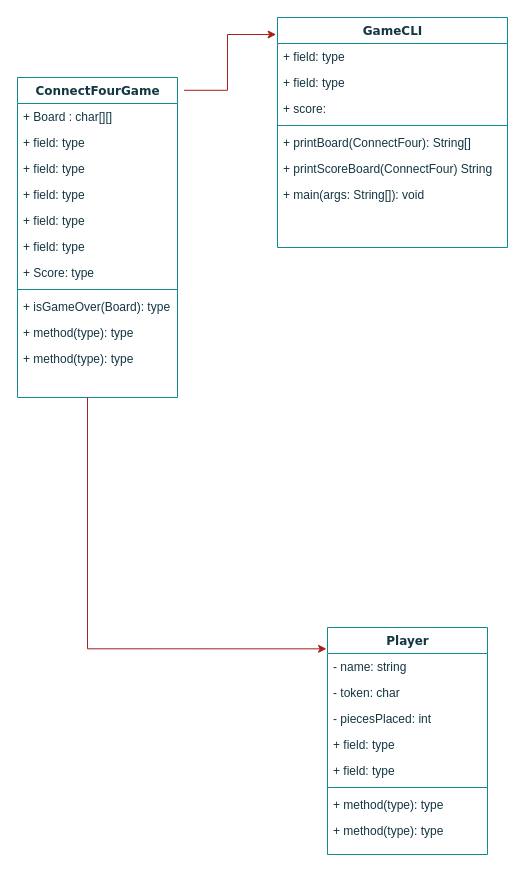
MsRodrigP/webpages keeps this draw.io diagram as connectFourGameUML.drawio. Above is the earlier version. Source tidied: cells renumbered, new cells numbered last; positions are measured from the earlier drawing's top-left corner, leaving out a move shared by most shapes. Both pictures are drawn from the tidied source at 100%, with x=0, y=0 at pixel (17, 17).
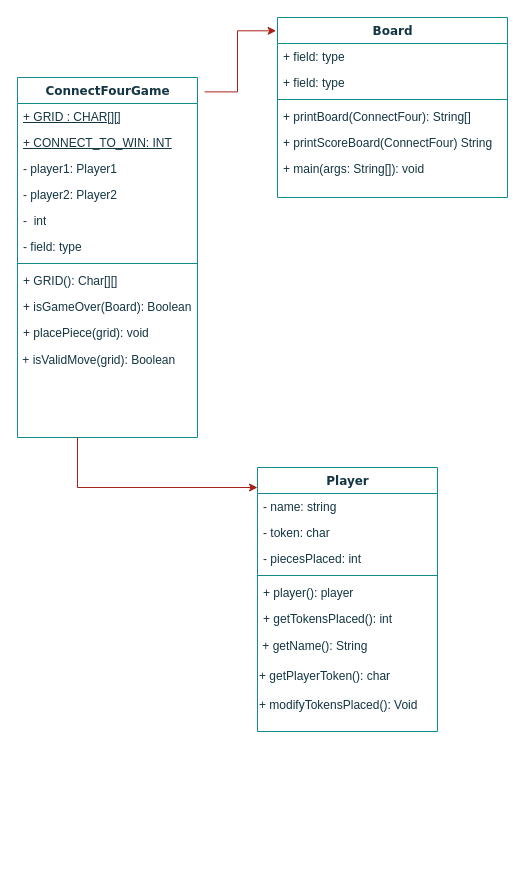
After the change.

What changed in the source:
```diff
@@
     <mxCell id="2" value="Player" style="swimlane;html=1;fontStyle=1;align=center;verticalAlign=top;horizontal=1;startSize=26;swimlaneFillColor=#ffffff;rounded=0;shadow=0;comic=0;labelBackgroundColor=none;strokeWidth=1;fillColor=none;fontFamily=Verdana;fontSize=12;strokeColor=#0F8B8D;fontColor=#143642;" parent="1" vertex="1">
-      <mxGeometry x="310" y="610" width="160" height="227" as="geometry" />
+      <mxGeometry x="240" y="450" width="180" height="264" as="geometry" />
     </mxCell>
     <mxCell id="3" value="- name: string" style="text;html=1;strokeColor=none;fillColor=none;align=left;verticalAlign=top;spacingLeft=4;spacingRight=4;whiteSpace=wrap;overflow=hidden;labelBackgroundColor=none;fontColor=#143642;" parent="2" vertex="1">
-      <mxGeometry y="26" width="160" height="26" as="geometry" />
+      <mxGeometry y="26" width="180" height="26" as="geometry" />
     </mxCell>
     <mxCell id="4" value="- token: char" style="text;html=1;strokeColor=none;fillColor=none;align=left;verticalAlign=top;spacingLeft=4;spacingRight=4;whiteSpace=wrap;overflow=hidden;labelBackgroundColor=none;fontColor=#143642;" parent="2" vertex="1">
-      <mxGeometry y="52" width="160" height="26" as="geometry" />
+      <mxGeometry y="52" width="180" height="26" as="geometry" />
     </mxCell>
     <mxCell id="5" value="- piecesPlaced: int" style="text;html=1;strokeColor=none;fillColor=none;align=left;verticalAlign=top;spacingLeft=4;spacingRight=4;whiteSpace=wrap;overflow=hidden;labelBackgroundColor=none;fontColor=#143642;" parent="2" vertex="1">
-      <mxGeometry y="78" width="160" height="26" as="geometry" />
+      <mxGeometry y="78" width="180" height="26" as="geometry" />
     </mxCell>
-    <mxCell id="6" value="+ field: type" style="text;html=1;strokeColor=none;fillColor=none;align=left;verticalAlign=top;spacingLeft=4;spacingRight=4;whiteSpace=wrap;overflow=hidden;labelBackgroundColor=none;fontColor=#143642;" parent="2" vertex="1">
-      <mxGeometry y="104" width="160" height="26" as="geometry" />
-    </mxCell>
-    <mxCell id="7" value="+ field: type" style="text;html=1;strokeColor=none;fillColor=none;align=left;verticalAlign=top;spacingLeft=4;spacingRight=4;whiteSpace=wrap;overflow=hidden;labelBackgroundColor=none;fontColor=#143642;" parent="2" vertex="1">
-      <mxGeometry y="130" width="160" height="26" as="geometry" />
-    </mxCell>
     <mxCell id="8" style="line;html=1;strokeWidth=1;fillColor=none;align=left;verticalAlign=middle;spacingTop=-1;spacingLeft=3;spacingRight=3;labelPosition=right;labelBackgroundColor=none;strokeColor=#0F8B8D;fontColor=#143642;" parent="2" vertex="1">
-      <mxGeometry y="156" width="160" height="8" as="geometry" />
+      <mxGeometry y="104" width="180" height="8" as="geometry" />
     </mxCell>
-    <mxCell id="9" value="+ method(type): type" style="text;html=1;strokeColor=none;fillColor=none;align=left;verticalAlign=top;spacingLeft=4;spacingRight=4;whiteSpace=wrap;overflow=hidden;labelBackgroundColor=none;fontColor=#143642;" parent="2" vertex="1">
-      <mxGeometry y="164" width="160" height="26" as="geometry" />
+    <mxCell id="9" value="+ player(): player" style="text;html=1;strokeColor=none;fillColor=none;align=left;verticalAlign=top;spacingLeft=4;spacingRight=4;whiteSpace=wrap;overflow=hidden;labelBackgroundColor=none;fontColor=#143642;" parent="2" vertex="1">
+      <mxGeometry y="112" width="180" height="26" as="geometry" />
     </mxCell>
-    <mxCell id="10" value="+ method(type): type" style="text;html=1;strokeColor=none;fillColor=none;align=left;verticalAlign=top;spacingLeft=4;spacingRight=4;whiteSpace=wrap;overflow=hidden;labelBackgroundColor=none;fontColor=#143642;" parent="2" vertex="1">
-      <mxGeometry y="190" width="160" height="26" as="geometry" />
+    <mxCell id="10" value="+ getTokensPlaced(): int" style="text;html=1;strokeColor=none;fillColor=none;align=left;verticalAlign=top;spacingLeft=4;spacingRight=4;whiteSpace=wrap;overflow=hidden;labelBackgroundColor=none;fontColor=#143642;" parent="2" vertex="1">
+      <mxGeometry y="138" width="180" height="26" as="geometry" />
     </mxCell>
+    <mxCell id="33" value="&amp;nbsp;+ getName(): String" style="text;html=1;align=left;verticalAlign=middle;strokeColor=none;fillColor=none;fontColor=#143642;" parent="2" vertex="1">
+      <mxGeometry y="164" width="180" height="30" as="geometry" />
+    </mxCell>
+    <mxCell id="34" value="+ getPlayerToken(): char" style="text;html=1;align=left;verticalAlign=middle;strokeColor=none;fillColor=none;fontColor=#143642;" parent="2" vertex="1">
+      <mxGeometry y="194" width="180" height="30" as="geometry" />
+    </mxCell>
+    <mxCell id="35" value="&lt;span style=&quot;color: rgb(20, 54, 66); font-family: Helvetica; font-size: 12px; font-style: normal; font-variant-ligatures: normal; font-variant-caps: normal; font-weight: 400; letter-spacing: normal; orphans: 2; text-align: left; text-indent: 0px; text-transform: none; widows: 2; word-spacing: 0px; -webkit-text-stroke-width: 0px; background-color: rgb(251, 251, 251); text-decoration-thickness: initial; text-decoration-style: initial; text-decoration-color: initial; float: none; display: inline !important;&quot;&gt;+ modifyTokensPlaced(): Void&lt;/span&gt;" style="text;whiteSpace=wrap;html=1;fontColor=#143642;" parent="2" vertex="1">
+      <mxGeometry y="224" width="180" height="40" as="geometry" />
+    </mxCell>
     <mxCell id="11" value="ConnectFourGame" style="swimlane;html=1;fontStyle=1;align=center;verticalAlign=top;horizontal=1;startSize=26;swimlaneFillColor=#ffffff;rounded=0;shadow=0;comic=0;labelBackgroundColor=none;strokeWidth=1;fillColor=none;fontFamily=Verdana;fontSize=12;strokeColor=#0F8B8D;fontColor=#143642;" parent="1" vertex="1">
-      <mxGeometry y="60" width="160" height="320" as="geometry" />
+      <mxGeometry y="60" width="180" height="360" as="geometry" />
     </mxCell>
-    <mxCell id="12" value="+ Board : char[][]&amp;nbsp;" style="text;html=1;strokeColor=none;fillColor=none;align=left;verticalAlign=top;spacingLeft=4;spacingRight=4;whiteSpace=wrap;overflow=hidden;labelBackgroundColor=none;fontColor=#143642;" parent="11" vertex="1">
-      <mxGeometry y="26" width="160" height="26" as="geometry" />
+    <mxCell id="12" value="&lt;u&gt;+ GRID : CHAR[][]&lt;/u&gt;" style="text;html=1;strokeColor=none;fillColor=none;align=left;verticalAlign=top;spacingLeft=4;spacingRight=4;whiteSpace=wrap;overflow=hidden;labelBackgroundColor=none;fontColor=#143642;" parent="11" vertex="1">
+      <mxGeometry y="26" width="180" height="26" as="geometry" />
     </mxCell>
-    <mxCell id="13" value="+ field: type" style="text;html=1;strokeColor=none;fillColor=none;align=left;verticalAlign=top;spacingLeft=4;spacingRight=4;whiteSpace=wrap;overflow=hidden;labelBackgroundColor=none;fontColor=#143642;" parent="11" vertex="1">
-      <mxGeometry y="52" width="160" height="26" as="geometry" />
+    <mxCell id="13" value="&lt;u&gt;+ CONNECT_TO_WIN:&amp;nbsp;INT&lt;/u&gt;" style="text;html=1;strokeColor=none;fillColor=none;align=left;verticalAlign=top;spacingLeft=4;spacingRight=4;whiteSpace=wrap;overflow=hidden;labelBackgroundColor=none;fontColor=#143642;" parent="11" vertex="1">
+      <mxGeometry y="52" width="180" height="26" as="geometry" />
     </mxCell>
-    <mxCell id="14" value="+ field: type" style="text;html=1;strokeColor=none;fillColor=none;align=left;verticalAlign=top;spacingLeft=4;spacingRight=4;whiteSpace=wrap;overflow=hidden;labelBackgroundColor=none;fontColor=#143642;" parent="11" vertex="1">
-      <mxGeometry y="78" width="160" height="26" as="geometry" />
+    <mxCell id="14" value="- player1: Player1" style="text;html=1;strokeColor=none;fillColor=none;align=left;verticalAlign=top;spacingLeft=4;spacingRight=4;whiteSpace=wrap;overflow=hidden;labelBackgroundColor=none;fontColor=#143642;" parent="11" vertex="1">
+      <mxGeometry y="78" width="180" height="26" as="geometry" />
     </mxCell>
-    <mxCell id="15" value="+ field: type" style="text;html=1;strokeColor=none;fillColor=none;align=left;verticalAlign=top;spacingLeft=4;spacingRight=4;whiteSpace=wrap;overflow=hidden;labelBackgroundColor=none;fontColor=#143642;" parent="11" vertex="1">
-      <mxGeometry y="104" width="160" height="26" as="geometry" />
+    <mxCell id="15" value="- player2: Player2" style="text;html=1;strokeColor=none;fillColor=none;align=left;verticalAlign=top;spacingLeft=4;spacingRight=4;whiteSpace=wrap;overflow=hidden;labelBackgroundColor=none;fontColor=#143642;" parent="11" vertex="1">
+      <mxGeometry y="104" width="180" height="26" as="geometry" />
     </mxCell>
-    <mxCell id="16" value="+ field: type" style="text;html=1;strokeColor=none;fillColor=none;align=left;verticalAlign=top;spacingLeft=4;spacingRight=4;whiteSpace=wrap;overflow=hidden;labelBackgroundColor=none;fontColor=#143642;" parent="11" vertex="1">
-      <mxGeometry y="130" width="160" height="26" as="geometry" />
+    <mxCell id="16" value="-&amp;nbsp; int" style="text;html=1;strokeColor=none;fillColor=none;align=left;verticalAlign=top;spacingLeft=4;spacingRight=4;whiteSpace=wrap;overflow=hidden;labelBackgroundColor=none;fontColor=#143642;" parent="11" vertex="1">
+      <mxGeometry y="130" width="180" height="26" as="geometry" />
     </mxCell>
-    <mxCell id="17" value="+ field: type" style="text;html=1;strokeColor=none;fillColor=none;align=left;verticalAlign=top;spacingLeft=4;spacingRight=4;whiteSpace=wrap;overflow=hidden;labelBackgroundColor=none;fontColor=#143642;" parent="11" vertex="1">
-      <mxGeometry y="156" width="160" height="26" as="geometry" />
+    <mxCell id="17" value="- field: type" style="text;html=1;strokeColor=none;fillColor=none;align=left;verticalAlign=top;spacingLeft=4;spacingRight=4;whiteSpace=wrap;overflow=hidden;labelBackgroundColor=none;fontColor=#143642;" parent="11" vertex="1">
+      <mxGeometry y="156" width="180" height="26" as="geometry" />
     </mxCell>
-    <mxCell id="18" value="+ Score: type" style="text;html=1;strokeColor=none;fillColor=none;align=left;verticalAlign=top;spacingLeft=4;spacingRight=4;whiteSpace=wrap;overflow=hidden;labelBackgroundColor=none;fontColor=#143642;" parent="11" vertex="1">
-      <mxGeometry y="182" width="160" height="26" as="geometry" />
-    </mxCell>
     <mxCell id="19" style="line;html=1;strokeWidth=1;fillColor=none;align=left;verticalAlign=middle;spacingTop=-1;spacingLeft=3;spacingRight=3;labelPosition=right;labelBackgroundColor=none;strokeColor=#0F8B8D;fontColor=#143642;" parent="11" vertex="1">
-      <mxGeometry y="208" width="160" height="8" as="geometry" />
+      <mxGeometry y="182" width="180" height="8" as="geometry" />
     </mxCell>
+    <mxCell id="22" value="+ GRID(): Char[][]" style="text;html=1;strokeColor=none;fillColor=none;align=left;verticalAlign=top;spacingLeft=4;spacingRight=4;whiteSpace=wrap;overflow=hidden;labelBackgroundColor=none;fontColor=#143642;" parent="11" vertex="1">
+      <mxGeometry y="190" width="180" height="26" as="geometry" />
+    </mxCell>
-    <mxCell id="20" value="+ isGameOver(Board): type" style="text;html=1;strokeColor=none;fillColor=none;align=left;verticalAlign=top;spacingLeft=4;spacingRight=4;whiteSpace=wrap;overflow=hidden;labelBackgroundColor=none;fontColor=#143642;" parent="11" vertex="1">
-      <mxGeometry y="216" width="160" height="26" as="geometry" />
+    <mxCell id="20" value="+ isGameOver(Board): Boolean" style="text;html=1;strokeColor=none;fillColor=none;align=left;verticalAlign=top;spacingLeft=4;spacingRight=4;whiteSpace=wrap;overflow=hidden;labelBackgroundColor=none;fontColor=#143642;" parent="11" vertex="1">
+      <mxGeometry y="216" width="180" height="26" as="geometry" />
     </mxCell>
-    <mxCell id="21" value="+ method(type): type" style="text;html=1;strokeColor=none;fillColor=none;align=left;verticalAlign=top;spacingLeft=4;spacingRight=4;whiteSpace=wrap;overflow=hidden;labelBackgroundColor=none;fontColor=#143642;" parent="11" vertex="1">
-      <mxGeometry y="242" width="160" height="26" as="geometry" />
+    <mxCell id="21" value="+ placePiece(grid): void" style="text;html=1;strokeColor=none;fillColor=none;align=left;verticalAlign=top;spacingLeft=4;spacingRight=4;whiteSpace=wrap;overflow=hidden;labelBackgroundColor=none;fontColor=#143642;" parent="11" vertex="1">
+      <mxGeometry y="242" width="180" height="26" as="geometry" />
     </mxCell>
-    <mxCell id="22" value="+ method(type): type" style="text;html=1;strokeColor=none;fillColor=none;align=left;verticalAlign=top;spacingLeft=4;spacingRight=4;whiteSpace=wrap;overflow=hidden;labelBackgroundColor=none;fontColor=#143642;" parent="11" vertex="1">
-      <mxGeometry y="268" width="160" height="26" as="geometry" />
-    </mxCell>
+    <mxCell id="36" value="&amp;nbsp;+ isValidMove(grid): Boolean" style="text;html=1;align=left;verticalAlign=middle;strokeColor=none;fillColor=none;fontColor=#143642;" parent="11" vertex="1">
+      <mxGeometry y="268" width="180" height="30" as="geometry" />
+    </mxCell>
-    <mxCell id="23" value="GameCLI" style="swimlane;html=1;fontStyle=1;align=center;verticalAlign=top;horizontal=1;startSize=26;swimlaneFillColor=#ffffff;rounded=0;shadow=0;comic=0;labelBackgroundColor=none;strokeWidth=1;fillColor=none;fontFamily=Verdana;fontSize=12;strokeColor=#0F8B8D;fontColor=#143642;" parent="1" vertex="1">
-      <mxGeometry x="260" width="230" height="230" as="geometry" />
+    <mxCell id="23" value="Board" style="swimlane;html=1;fontStyle=1;align=center;verticalAlign=top;horizontal=1;startSize=26;swimlaneFillColor=#ffffff;rounded=0;shadow=0;comic=0;labelBackgroundColor=none;strokeWidth=1;fillColor=none;fontFamily=Verdana;fontSize=12;strokeColor=#0F8B8D;fontColor=#143642;" parent="1" vertex="1">
+      <mxGeometry x="260" width="230" height="180" as="geometry" />
     </mxCell>
@@
-    <mxCell id="26" value="+ score:&amp;nbsp;" style="text;html=1;strokeColor=none;fillColor=none;align=left;verticalAlign=top;spacingLeft=4;spacingRight=4;whiteSpace=wrap;overflow=hidden;labelBackgroundColor=none;fontColor=#143642;" parent="23" vertex="1">
-      <mxGeometry y="78" width="230" height="26" as="geometry" />
-    </mxCell>
     <mxCell id="27" style="line;html=1;strokeWidth=1;fillColor=none;align=left;verticalAlign=middle;spacingTop=-1;spacingLeft=3;spacingRight=3;labelPosition=right;labelBackgroundColor=none;strokeColor=#0F8B8D;fontColor=#143642;" parent="23" vertex="1">
-      <mxGeometry y="104" width="230" height="8" as="geometry" />
+      <mxGeometry y="78" width="230" height="8" as="geometry" />
     </mxCell>
     <mxCell id="28" value="+ printBoard(ConnectFour): String[]&amp;nbsp;" style="text;html=1;strokeColor=none;fillColor=none;align=left;verticalAlign=top;spacingLeft=4;spacingRight=4;whiteSpace=wrap;overflow=hidden;labelBackgroundColor=none;fontColor=#143642;" parent="23" vertex="1">
-      <mxGeometry y="112" width="230" height="26" as="geometry" />
+      <mxGeometry y="86" width="230" height="26" as="geometry" />
     </mxCell>
     <mxCell id="29" value="+ printScoreBoard(ConnectFour) String&amp;nbsp;" style="text;html=1;strokeColor=none;fillColor=none;align=left;verticalAlign=top;spacingLeft=4;spacingRight=4;whiteSpace=wrap;overflow=hidden;labelBackgroundColor=none;fontColor=#143642;" parent="23" vertex="1">
-      <mxGeometry y="138" width="230" height="26" as="geometry" />
+      <mxGeometry y="112" width="230" height="26" as="geometry" />
     </mxCell>
     <mxCell id="30" value="+ main(args: String[]): void" style="text;html=1;strokeColor=none;fillColor=none;align=left;verticalAlign=top;spacingLeft=4;spacingRight=4;whiteSpace=wrap;overflow=hidden;labelBackgroundColor=none;fontColor=#143642;" parent="23" vertex="1">
-      <mxGeometry y="164" width="230" height="26" as="geometry" />
+      <mxGeometry y="138" width="230" height="26" as="geometry" />
     </mxCell>
@@
-    <mxCell id="32" style="edgeStyle=orthogonalEdgeStyle;rounded=0;jettySize=auto;html=1;entryX=-0.006;entryY=0.094;entryDx=0;entryDy=0;entryPerimeter=0;strokeColor=#A8201A;fontColor=#143642;fillColor=#FAE5C7;" parent="1" edge="1" target="2">
-      <mxGeometry relative="1" as="geometry">
-        <mxPoint x="70" y="380" as="sourcePoint" />
-        <Array as="points">
-          <mxPoint x="70" y="631" />
-        </Array>
-      </mxGeometry>
-    </mxCell>
+    <mxCell id="37" style="edgeStyle=none;orthogonalLoop=1;jettySize=auto;html=1;rounded=0;strokeColor=#A8201A;fontColor=#143642;fillColor=#FAE5C7;" parent="1" edge="1">
+      <mxGeometry relative="1" as="geometry">
+        <mxPoint x="60" y="420" as="sourcePoint" />
+        <mxPoint x="240" y="470" as="targetPoint" />
+        <Array as="points">
+          <mxPoint x="60" y="470" />
+        </Array>
+      </mxGeometry>
+    </mxCell>
```
